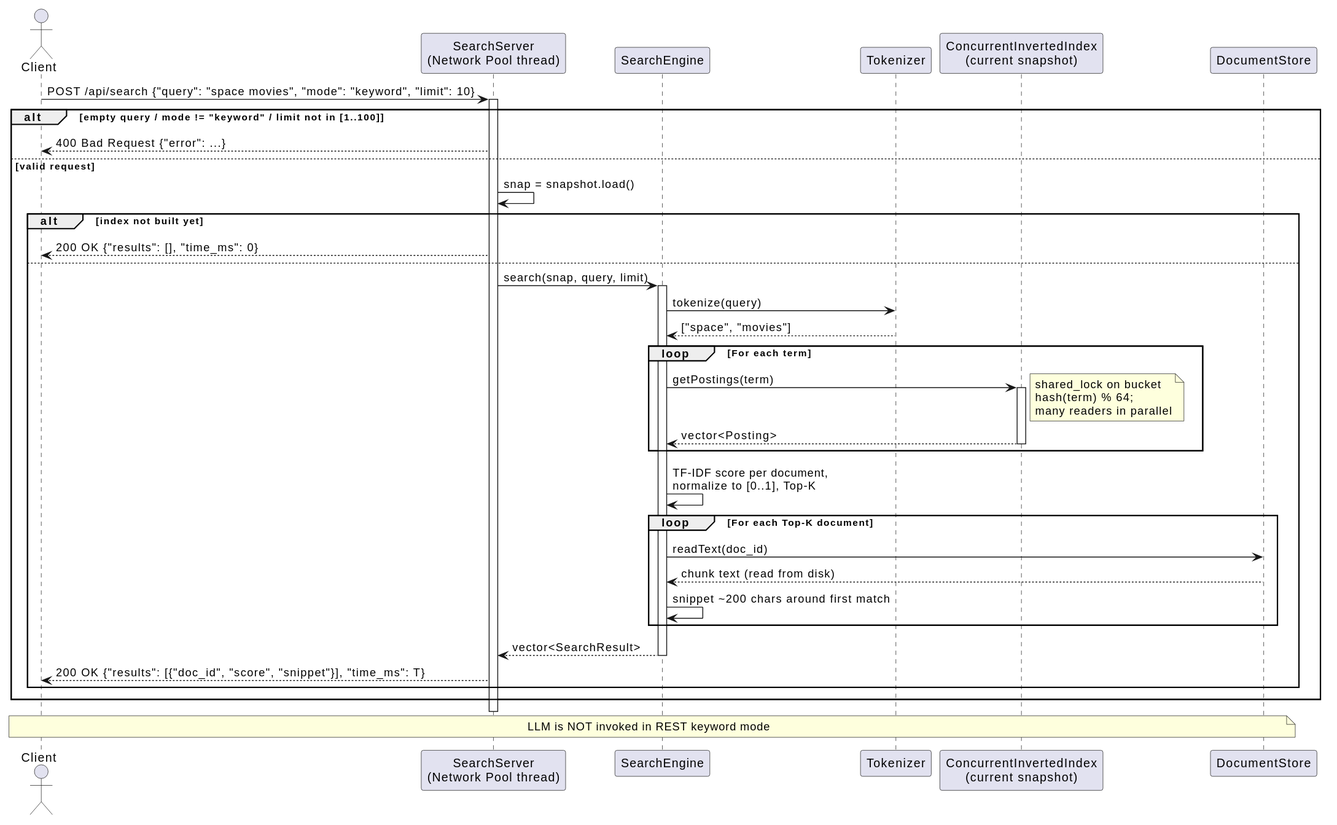
fannulain/Concurrent-Search-Engine keeps this PlantUML diagram as docs/diagrams/svg/sequence_diagram_keyword_search.svg. Above is the earlier version. Source of this version:
```plantuml
@startuml
actor Client
participant "SearchServer\n(Network Pool thread)" as Server
participant "SearchEngine" as Engine
participant "Tokenizer" as Tok
participant "ConcurrentInvertedIndex\n(current snapshot)" as Index
participant "DocumentStore" as Docs

Client -> Server : POST /api/search {"query": "space movies", "mode": "keyword", "limit": 10}
activate Server

alt empty query / mode != "keyword" / limit not in [1..100]
    Server --> Client : 400 Bad Request {"error": ...}
else valid request
    Server -> Server : snap = snapshot.load()
    alt index not built yet
        Server --> Client : 200 OK {"results": [], "time_ms": 0}
    else
        Server -> Engine : search(snap, query, limit)
        activate Engine
        Engine -> Tok : tokenize(query)
        Tok --> Engine : ["space", "movies"]
        loop For each term
            Engine -> Index : getPostings(term)
            activate Index
            note right: shared_lock on bucket\nhash(term) % 64;\nmany readers in parallel
            Index --> Engine : vector<Posting>
            deactivate Index
        end
        Engine -> Engine : TF-IDF score per document,\nnormalize to [0..1], Top-K
        loop For each Top-K document
            Engine -> Docs : readText(doc_id)
            Docs --> Engine : chunk text (read from disk)
            Engine -> Engine : snippet ~200 chars around first match
        end
        Engine --> Server : vector<SearchResult>
        deactivate Engine
        Server --> Client : 200 OK {"results": [{"doc_id", "score", "snippet"}], "time_ms": T}
    end
end
deactivate Server
note over Client, Docs : LLM is NOT invoked in REST keyword mode
@enduml
```
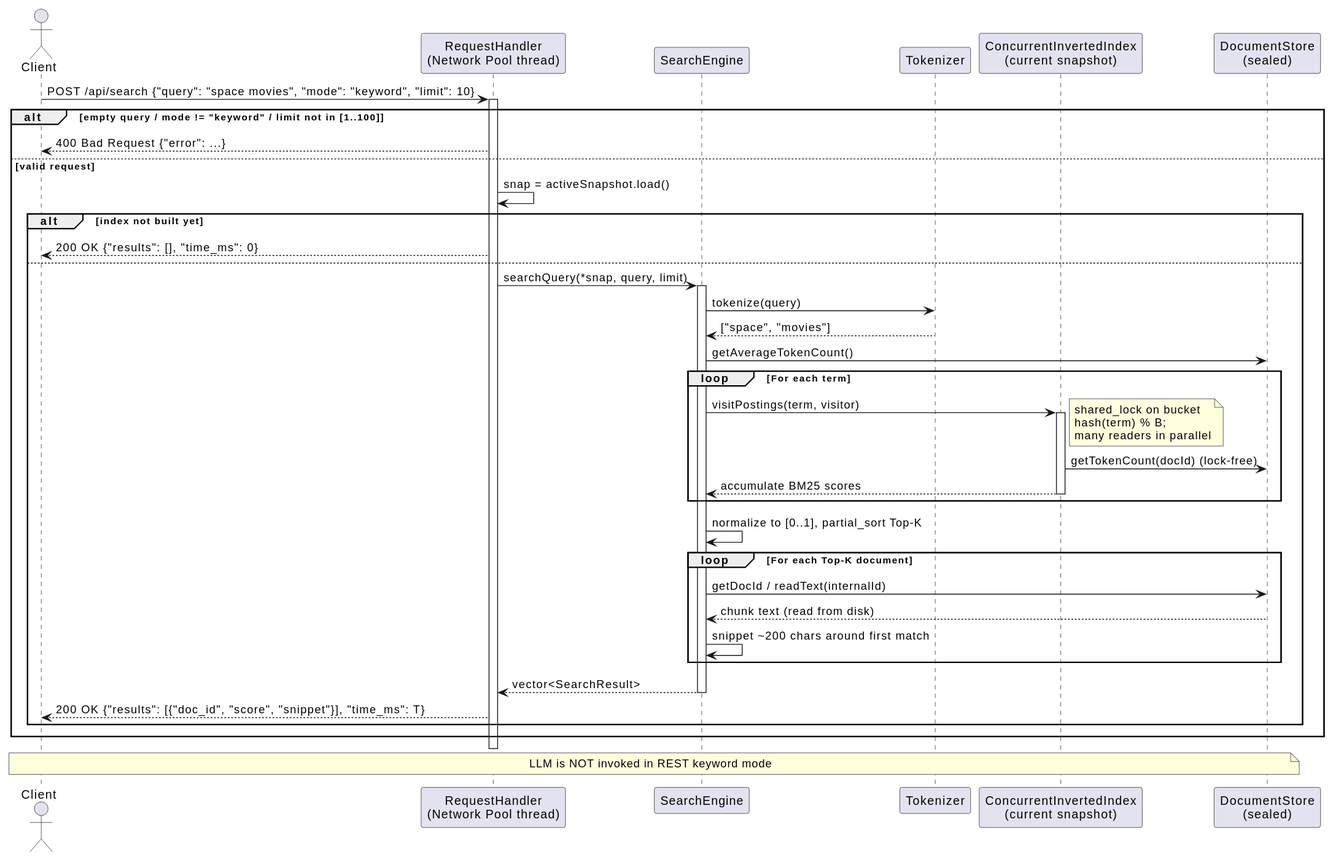
Later version of the same file.

Commit message:
docs: sync UML class and sequence diagrams with final implementation

Change to the diagram source:
```diff
@@ -1,43 +1,45 @@
 @startuml
 actor Client
-participant "SearchServer\n(Network Pool thread)" as Server
+participant "RequestHandler\n(Network Pool thread)" as Handler
 participant "SearchEngine" as Engine
 participant "Tokenizer" as Tok
 participant "ConcurrentInvertedIndex\n(current snapshot)" as Index
-participant "DocumentStore" as Docs
+participant "DocumentStore\n(sealed)" as Docs
 
-Client -> Server : POST /api/search {"query": "space movies", "mode": "keyword", "limit": 10}
-activate Server
+Client -> Handler : POST /api/search {"query": "space movies", "mode": "keyword", "limit": 10}
+activate Handler
 
 alt empty query / mode != "keyword" / limit not in [1..100]
-    Server --> Client : 400 Bad Request {"error": ...}
+    Handler --> Client : 400 Bad Request {"error": ...}
 else valid request
-    Server -> Server : snap = snapshot.load()
+    Handler -> Handler : snap = activeSnapshot.load()
     alt index not built yet
-        Server --> Client : 200 OK {"results": [], "time_ms": 0}
+        Handler --> Client : 200 OK {"results": [], "time_ms": 0}
     else
-        Server -> Engine : search(snap, query, limit)
+        Handler -> Engine : searchQuery(*snap, query, limit)
         activate Engine
         Engine -> Tok : tokenize(query)
         Tok --> Engine : ["space", "movies"]
+        Engine -> Docs : getAverageTokenCount()
         loop For each term
-            Engine -> Index : getPostings(term)
+            Engine -> Index : visitPostings(term, visitor)
             activate Index
-            note right: shared_lock on bucket\nhash(term) % 64;\nmany readers in parallel
-            Index --> Engine : vector<Posting>
+            note right: shared_lock on bucket\nhash(term) % B;\nmany readers in parallel
+            Index -> Docs : getTokenCount(docId) (lock-free)
+            Index --> Engine : accumulate BM25 scores
             deactivate Index
         end
-        Engine -> Engine : TF-IDF score per document,\nnormalize to [0..1], Top-K
+        Engine -> Engine : normalize to [0..1], partial_sort Top-K
         loop For each Top-K document
-            Engine -> Docs : readText(doc_id)
+            Engine -> Docs : getDocId / readText(internalId)
             Docs --> Engine : chunk text (read from disk)
             Engine -> Engine : snippet ~200 chars around first match
         end
-        Engine --> Server : vector<SearchResult>
+        Engine --> Handler : vector<SearchResult>
         deactivate Engine
-        Server --> Client : 200 OK {"results": [{"doc_id", "score", "snippet"}], "time_ms": T}
+        Handler --> Client : 200 OK {"results": [{"doc_id", "score", "snippet"}], "time_ms": T}
     end
 end
-deactivate Server
+deactivate Handler
 note over Client, Docs : LLM is NOT invoked in REST keyword mode
 @enduml
```
